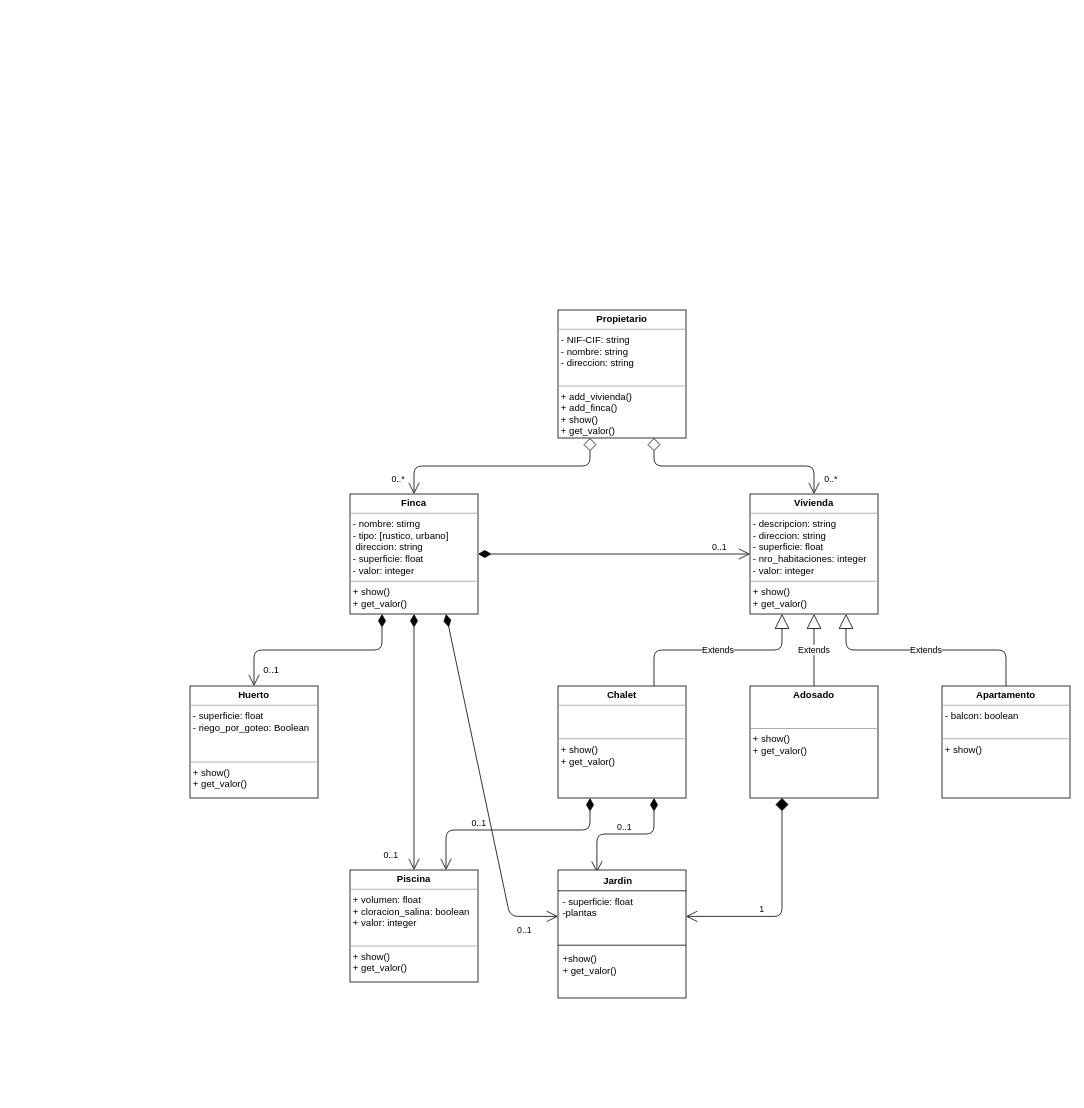
Above: casa/Proyecto1.drawio in Marcos-Lopez-de-la-Fuente/JumiYincanas (draw.io), before the change. Source tidied: cells renumbered, new cells numbered last; positions are measured from the earlier drawing's top-left corner, leaving out a move shared by most shapes. Both pictures are drawn from the tidied source at 80%, with x=0, y=0 at pixel (190, 310).
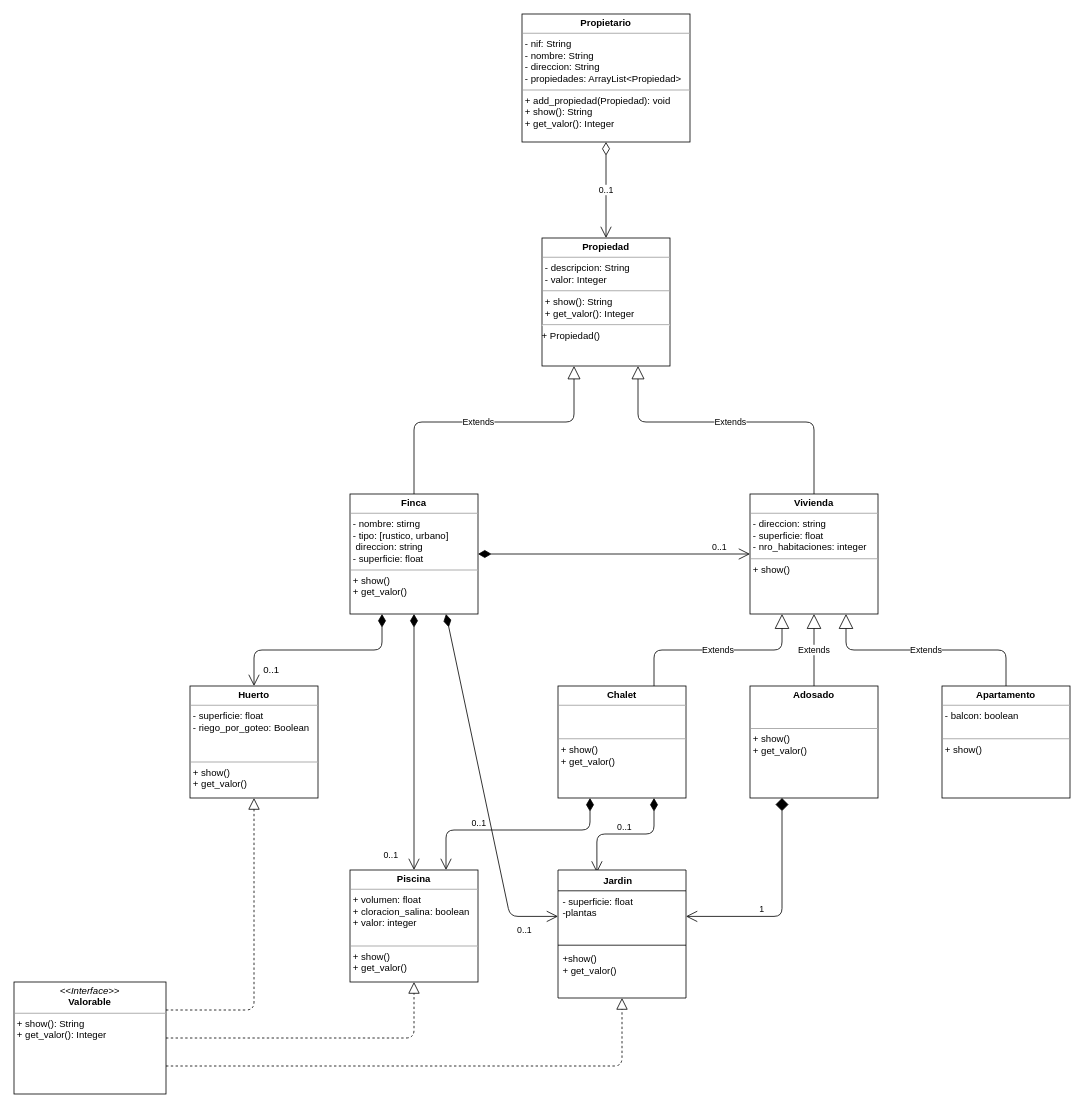
The same page after the edit.

Unchanged cells that the change refers to:
```xml
<mxCell id="19" value="&lt;p style=&quot;margin: 0px ; margin-top: 4px ; text-align: center&quot;&gt;&lt;b&gt;Piscina&lt;/b&gt;&lt;/p&gt;&lt;hr size=&quot;1&quot;&gt;&lt;p style=&quot;margin: 0px ; margin-left: 4px&quot;&gt;+ volumen: float&lt;/p&gt;&lt;p style=&quot;margin: 0px ; margin-left: 4px&quot;&gt;+ cloracion_salina: boolean&lt;/p&gt;&lt;p style=&quot;margin: 0px ; margin-left: 4px&quot;&gt;+ valor: integer&lt;/p&gt;&lt;p style=&quot;margin: 0px ; margin-left: 4px&quot;&gt;&lt;br&gt;&lt;/p&gt;&lt;hr size=&quot;1&quot;&gt;&lt;p style=&quot;margin: 0px ; margin-left: 4px&quot;&gt;+ show()&lt;/p&gt;&lt;p style=&quot;margin: 0px ; margin-left: 4px&quot;&gt;+ get_valor()&lt;/p&gt;" style="verticalAlign=top;align=left;overflow=fill;fontSize=12;fontFamily=Helvetica;html=1;" parent="1" vertex="1">
  <mxGeometry x="200" y="700" width="160" height="140" as="geometry" />
</mxCell>
<mxCell id="20" value="&lt;p style=&quot;margin: 0px ; margin-top: 4px ; text-align: center&quot;&gt;&lt;b&gt;Huerto&lt;/b&gt;&lt;/p&gt;&lt;hr size=&quot;1&quot;&gt;&lt;p style=&quot;margin: 0px ; margin-left: 4px&quot;&gt;- superficie: float&lt;/p&gt;&lt;p style=&quot;margin: 0px ; margin-left: 4px&quot;&gt;- riego_por_goteo: Boolean&lt;/p&gt;&lt;p style=&quot;margin: 0px ; margin-left: 4px&quot;&gt;&lt;br&gt;&lt;/p&gt;&lt;p style=&quot;margin: 0px ; margin-left: 4px&quot;&gt;&lt;br&gt;&lt;/p&gt;&lt;hr size=&quot;1&quot;&gt;&lt;p style=&quot;margin: 0px ; margin-left: 4px&quot;&gt;+ show()&lt;/p&gt;&lt;p style=&quot;margin: 0px ; margin-left: 4px&quot;&gt;+ get_valor()&lt;/p&gt;&lt;p style=&quot;margin: 0px ; margin-left: 4px&quot;&gt;&lt;br&gt;&lt;/p&gt;" style="verticalAlign=top;align=left;overflow=fill;fontSize=12;fontFamily=Helvetica;html=1;" parent="1" vertex="1">
  <mxGeometry y="470" width="160" height="140" as="geometry" />
</mxCell>
<mxCell id="29" value="Jardin   " style="swimlane;fontStyle=1;align=center;verticalAlign=top;horizontal=1;startSize=26;" parent="1" vertex="1">
  <mxGeometry x="460" y="700" width="160" height="160" as="geometry" />
</mxCell>
```

What changed in the source:
```diff
@@
-    <mxCell id="2" value="&lt;p style=&quot;margin: 0px ; margin-top: 4px ; text-align: center&quot;&gt;&lt;b&gt;Vivienda&lt;/b&gt;&lt;/p&gt;&lt;hr size=&quot;1&quot;&gt;&lt;p style=&quot;margin: 0px ; margin-left: 4px&quot;&gt;- descripcion: string&lt;/p&gt;&lt;p style=&quot;margin: 0px ; margin-left: 4px&quot;&gt;&lt;span&gt;- direccion: string&lt;/span&gt;&lt;br&gt;&lt;/p&gt;&lt;p style=&quot;margin: 0px ; margin-left: 4px&quot;&gt;- superficie: float&lt;/p&gt;&lt;p style=&quot;margin: 0px ; margin-left: 4px&quot;&gt;- nro_habitaciones: integer&lt;/p&gt;&lt;p style=&quot;margin: 0px ; margin-left: 4px&quot;&gt;- valor: integer&lt;/p&gt;&lt;hr size=&quot;1&quot;&gt;&lt;p style=&quot;margin: 0px ; margin-left: 4px&quot;&gt;+ show()&lt;/p&gt;&lt;p style=&quot;margin: 0px ; margin-left: 4px&quot;&gt;+ get_valor()&lt;/p&gt;" style="verticalAlign=top;align=left;overflow=fill;fontSize=12;fontFamily=Helvetica;html=1;" parent="1" vertex="1">
+    <mxCell id="2" value="&lt;p style=&quot;margin: 0px ; margin-top: 4px ; text-align: center&quot;&gt;&lt;b&gt;Vivienda&lt;/b&gt;&lt;/p&gt;&lt;hr size=&quot;1&quot;&gt;&lt;p style=&quot;margin: 0px ; margin-left: 4px&quot;&gt;&lt;span&gt;- direccion: string&lt;/span&gt;&lt;br&gt;&lt;/p&gt;&lt;p style=&quot;margin: 0px ; margin-left: 4px&quot;&gt;- superficie: float&lt;/p&gt;&lt;p style=&quot;margin: 0px ; margin-left: 4px&quot;&gt;- nro_habitaciones: integer&lt;/p&gt;&lt;hr size=&quot;1&quot;&gt;&lt;p style=&quot;margin: 0px ; margin-left: 4px&quot;&gt;+ show()&lt;/p&gt;" style="verticalAlign=top;align=left;overflow=fill;fontSize=12;fontFamily=Helvetica;html=1;" parent="1" vertex="1">
       <mxGeometry x="700" y="230" width="160" height="150" as="geometry" />
     </mxCell>
@@
-    <mxCell id="7" value="&lt;p style=&quot;margin: 0px ; margin-top: 4px ; text-align: center&quot;&gt;&lt;b&gt;Finca&lt;/b&gt;&lt;/p&gt;&lt;hr size=&quot;1&quot;&gt;&lt;p style=&quot;margin: 0px ; margin-left: 4px&quot;&gt;- nombre: stirng&lt;/p&gt;&lt;p style=&quot;margin: 0px ; margin-left: 4px&quot;&gt;- tipo: [rustico, urbano]&lt;/p&gt;&lt;p style=&quot;margin: 0px ; margin-left: 4px&quot;&gt;&amp;nbsp;direccion: string&lt;/p&gt;&lt;p style=&quot;margin: 0px ; margin-left: 4px&quot;&gt;- superficie: float&lt;/p&gt;&lt;p style=&quot;margin: 0px ; margin-left: 4px&quot;&gt;- valor: integer&lt;/p&gt;&lt;hr size=&quot;1&quot;&gt;&lt;p style=&quot;margin: 0px ; margin-left: 4px&quot;&gt;+ show()&lt;/p&gt;&lt;p style=&quot;margin: 0px ; margin-left: 4px&quot;&gt;+ get_valor()&lt;/p&gt;&lt;p style=&quot;margin: 0px ; margin-left: 4px&quot;&gt;&lt;br&gt;&lt;/p&gt;" style="verticalAlign=top;align=left;overflow=fill;fontSize=12;fontFamily=Helvetica;html=1;" parent="1" vertex="1">
+    <mxCell id="7" value="&lt;p style=&quot;margin: 0px ; margin-top: 4px ; text-align: center&quot;&gt;&lt;b&gt;Finca&lt;/b&gt;&lt;/p&gt;&lt;hr size=&quot;1&quot;&gt;&lt;p style=&quot;margin: 0px ; margin-left: 4px&quot;&gt;- nombre: stirng&lt;/p&gt;&lt;p style=&quot;margin: 0px ; margin-left: 4px&quot;&gt;- tipo: [rustico, urbano]&lt;/p&gt;&lt;p style=&quot;margin: 0px ; margin-left: 4px&quot;&gt;&amp;nbsp;direccion: string&lt;/p&gt;&lt;p style=&quot;margin: 0px ; margin-left: 4px&quot;&gt;- superficie: float&lt;/p&gt;&lt;hr size=&quot;1&quot;&gt;&lt;p style=&quot;margin: 0px ; margin-left: 4px&quot;&gt;+ show()&lt;/p&gt;&lt;p style=&quot;margin: 0px ; margin-left: 4px&quot;&gt;+ get_valor()&lt;/p&gt;&lt;p style=&quot;margin: 0px ; margin-left: 4px&quot;&gt;&lt;br&gt;&lt;/p&gt;" style="verticalAlign=top;align=left;overflow=fill;fontSize=12;fontFamily=Helvetica;html=1;" parent="1" vertex="1">
       <mxGeometry x="200" y="230" width="160" height="150" as="geometry" />
     </mxCell>
-    <mxCell id="8" style="edgeStyle=elbowEdgeStyle;jettySize=auto;elbow=vertical;html=1;entryX=0.5;entryY=0;entryDx=0;entryDy=0;startArrow=diamond;startFill=0;startSize=14;endArrow=open;endSize=12;align=left;exitX=0.25;exitY=1;exitDx=0;exitDy=0;" parent="1" edge="1" source="12" target="7">
-      <mxGeometry relative="1" as="geometry" />
+    <mxCell id="8" value="Extends" style="edgeStyle=elbowEdgeStyle;jettySize=auto;elbow=vertical;html=1;entryX=0.5;entryY=0;entryDx=0;entryDy=0;startArrow=block;startFill=0;startSize=14;endArrow=none;endSize=12;align=left;endFill=0;exitX=0.25;exitY=1;exitDx=0;exitDy=0;" parent="1" edge="1" source="34" target="7">
+      <mxGeometry x="0.18" relative="1" as="geometry">
+        <Array as="points">
+          <mxPoint x="360" y="140" />
+        </Array>
+        <mxPoint x="1" as="offset" />
+      </mxGeometry>
     </mxCell>
-    <mxCell id="9" value="0..*" style="edgeLabel;html=1;align=center;verticalAlign=middle;" parent="8" vertex="1">
-      <mxGeometry x="0.22" y="-1" relative="1" as="geometry">
-        <mxPoint x="-99" y="16" as="offset" />
-      </mxGeometry>
-    </mxCell>
-    <mxCell id="10" style="edgeStyle=elbowEdgeStyle;jettySize=auto;elbow=vertical;html=1;entryX=0.5;entryY=0;entryDx=0;entryDy=0;startArrow=diamond;startFill=0;startSize=14;endArrow=open;endSize=12;align=left;exitX=0.75;exitY=1;exitDx=0;exitDy=0;" parent="1" edge="1" source="12" target="2">
-      <mxGeometry relative="1" as="geometry" />
+    <mxCell id="10" value="Extends" style="edgeStyle=elbowEdgeStyle;jettySize=auto;elbow=vertical;html=1;entryX=0.5;entryY=0;entryDx=0;entryDy=0;startArrow=block;startFill=0;startSize=14;endArrow=none;endSize=12;align=left;endFill=0;exitX=0.75;exitY=1;exitDx=0;exitDy=0;" parent="1" edge="1" source="34" target="2">
+      <mxGeometry x="-0.13" relative="1" as="geometry">
+        <Array as="points">
+          <mxPoint x="680" y="140" />
+          <mxPoint x="570" y="60" />
+        </Array>
+        <mxPoint x="-1" as="offset" />
+      </mxGeometry>
     </mxCell>
-    <mxCell id="11" value="0..*" style="edgeLabel;html=1;align=center;verticalAlign=middle;" parent="10" vertex="1">
-      <mxGeometry x="0.31" y="-2" relative="1" as="geometry">
-        <mxPoint x="78" y="13" as="offset" />
-      </mxGeometry>
-    </mxCell>
+    <mxCell id="33" value="0..1" style="edgeStyle=none;html=1;exitX=0.5;exitY=1;exitDx=0;exitDy=0;entryX=0.5;entryY=0;entryDx=0;entryDy=0;startArrow=diamondThin;startFill=0;endArrow=open;endFill=0;strokeWidth=1;targetPerimeterSpacing=2;endSize=12;startSize=14;" parent="1" edge="1" source="12" target="34">
+      <mxGeometry relative="1" as="geometry" />
+    </mxCell>
-    <mxCell id="12" value="&lt;p style=&quot;margin: 0px ; margin-top: 4px ; text-align: center&quot;&gt;&lt;b&gt;Propietario&lt;/b&gt;&lt;/p&gt;&lt;hr size=&quot;1&quot;&gt;&lt;p style=&quot;margin: 0px ; margin-left: 4px&quot;&gt;&lt;span&gt;- NIF-CIF: string&lt;/span&gt;&lt;br&gt;&lt;/p&gt;&lt;p style=&quot;margin: 0px ; margin-left: 4px&quot;&gt;&lt;span&gt;- nombre: string&lt;/span&gt;&lt;/p&gt;&lt;p style=&quot;margin: 0px ; margin-left: 4px&quot;&gt;- direccion: string&lt;/p&gt;&lt;p style=&quot;margin: 0px ; margin-left: 4px&quot;&gt;&lt;br&gt;&lt;/p&gt;&lt;hr size=&quot;1&quot;&gt;&lt;p style=&quot;margin: 0px ; margin-left: 4px&quot;&gt;+ add_vivienda()&lt;/p&gt;&lt;p style=&quot;margin: 0px ; margin-left: 4px&quot;&gt;+ add_finca()&lt;/p&gt;&lt;p style=&quot;margin: 0px ; margin-left: 4px&quot;&gt;+ show()&lt;/p&gt;&lt;p style=&quot;margin: 0px ; margin-left: 4px&quot;&gt;+ get_valor()&lt;/p&gt;" style="verticalAlign=top;align=left;overflow=fill;fontSize=12;fontFamily=Helvetica;html=1;" parent="1" vertex="1">
-      <mxGeometry x="460" width="160" height="160" as="geometry" />
+    <mxCell id="12" value="&lt;p style=&quot;margin: 0px ; margin-top: 4px ; text-align: center&quot;&gt;&lt;b&gt;Propietario&lt;/b&gt;&lt;/p&gt;&lt;hr size=&quot;1&quot;&gt;&lt;p style=&quot;margin: 0px ; margin-left: 4px&quot;&gt;&lt;span&gt;- nif: String&lt;/span&gt;&lt;br&gt;&lt;/p&gt;&lt;p style=&quot;margin: 0px ; margin-left: 4px&quot;&gt;&lt;span&gt;- nombre: String&lt;/span&gt;&lt;/p&gt;&lt;p style=&quot;margin: 0px ; margin-left: 4px&quot;&gt;- direccion: String&lt;/p&gt;&lt;p style=&quot;margin: 0px ; margin-left: 4px&quot;&gt;- propiedades: ArrayList&amp;lt;Propiedad&amp;gt;&lt;/p&gt;&lt;hr size=&quot;1&quot;&gt;&lt;p style=&quot;margin: 0px ; margin-left: 4px&quot;&gt;+ add_propiedad(Propiedad): void&lt;/p&gt;&lt;p style=&quot;margin: 0px ; margin-left: 4px&quot;&gt;+ show(): String&lt;/p&gt;&lt;p style=&quot;margin: 0px ; margin-left: 4px&quot;&gt;+ get_valor(): Integer&lt;/p&gt;" style="verticalAlign=top;align=left;overflow=fill;fontSize=12;fontFamily=Helvetica;html=1;" parent="1" vertex="1">
+      <mxGeometry x="415" y="-370" width="210" height="160" as="geometry" />
     </mxCell>
@@
+    <mxCell id="34" value="&lt;p style=&quot;margin: 0px ; margin-top: 4px ; text-align: center&quot;&gt;&lt;b&gt;Propiedad&lt;/b&gt;&lt;/p&gt;&lt;hr size=&quot;1&quot;&gt;&lt;p style=&quot;margin: 0px ; margin-left: 4px&quot;&gt;&lt;span&gt;- descripcion: String&lt;/span&gt;&lt;/p&gt;&lt;p style=&quot;margin: 0px ; margin-left: 4px&quot;&gt;&lt;span&gt;- valor: Integer&lt;/span&gt;&lt;/p&gt;&lt;hr size=&quot;1&quot;&gt;&lt;p style=&quot;margin: 0px ; margin-left: 4px&quot;&gt;&lt;span&gt;+ show(): String&lt;/span&gt;&lt;br&gt;&lt;/p&gt;&lt;p style=&quot;margin: 0px ; margin-left: 4px&quot;&gt;+ get_valor(): Integer&lt;/p&gt;&lt;hr&gt;+ Propiedad()" style="verticalAlign=top;align=left;overflow=fill;fontSize=12;fontFamily=Helvetica;html=1;strokeColor=default;whiteSpace=wrap;" parent="1" vertex="1">
+      <mxGeometry x="440" y="-90" width="160" height="160" as="geometry" />
+    </mxCell>
+    <mxCell id="35" value="&lt;p style=&quot;margin: 0px ; margin-top: 4px ; text-align: center&quot;&gt;&lt;i&gt;&amp;lt;&amp;lt;Interface&amp;gt;&amp;gt;&lt;/i&gt;&lt;br&gt;&lt;b&gt;Valorable&lt;/b&gt;&lt;/p&gt;&lt;hr size=&quot;1&quot;&gt;&lt;p style=&quot;margin: 0px ; margin-left: 4px&quot;&gt;+ show(): String&lt;br&gt;+ get_valor(): Integer&lt;/p&gt;" style="verticalAlign=top;align=left;overflow=fill;fontSize=12;fontFamily=Helvetica;html=1;" parent="1" vertex="1">
+      <mxGeometry x="-220" y="840" width="190" height="140" as="geometry" />
+    </mxCell>
+    <mxCell id="36" style="endArrow=block;dashed=1;endFill=0;endSize=12;html=1;targetPerimeterSpacing=2;strokeWidth=1;exitX=1;exitY=0.25;exitDx=0;exitDy=0;entryX=0.5;entryY=1;entryDx=0;entryDy=0;edgeStyle=orthogonalEdgeStyle;" parent="1" edge="1" source="35" target="20">
+      <mxGeometry relative="1" as="geometry" />
+    </mxCell>
+    <mxCell id="37" style="endArrow=block;dashed=1;endFill=0;endSize=12;html=1;targetPerimeterSpacing=2;strokeWidth=1;exitX=1;exitY=0.5;exitDx=0;exitDy=0;entryX=0.5;entryY=1;entryDx=0;entryDy=0;edgeStyle=orthogonalEdgeStyle;" parent="1" edge="1" source="35" target="19">
+      <mxGeometry relative="1" as="geometry" />
+    </mxCell>
+    <mxCell id="38" style="endArrow=block;dashed=1;endFill=0;endSize=12;html=1;targetPerimeterSpacing=2;strokeWidth=1;exitX=1;exitY=0.75;exitDx=0;exitDy=0;entryX=0.5;entryY=1;entryDx=0;entryDy=0;edgeStyle=orthogonalEdgeStyle;" parent="1" edge="1" source="35" target="29">
+      <mxGeometry relative="1" as="geometry" />
+    </mxCell>
```
